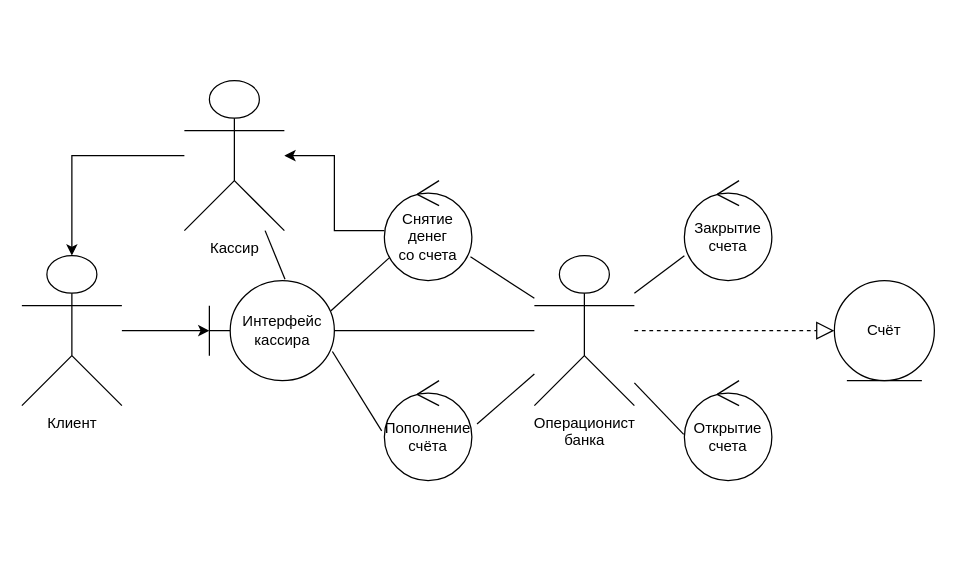
The draw.io diagram bank.drawio in NotReptile/DrawIO, before the edit. Source tidied: cells renumbered, new cells numbered last; positions are measured from the earlier drawing's top-left corner, leaving out a move shared by most shapes. Both pictures are drawn from the tidied source at 125%, with x=0, y=0 at pixel (21, 80).
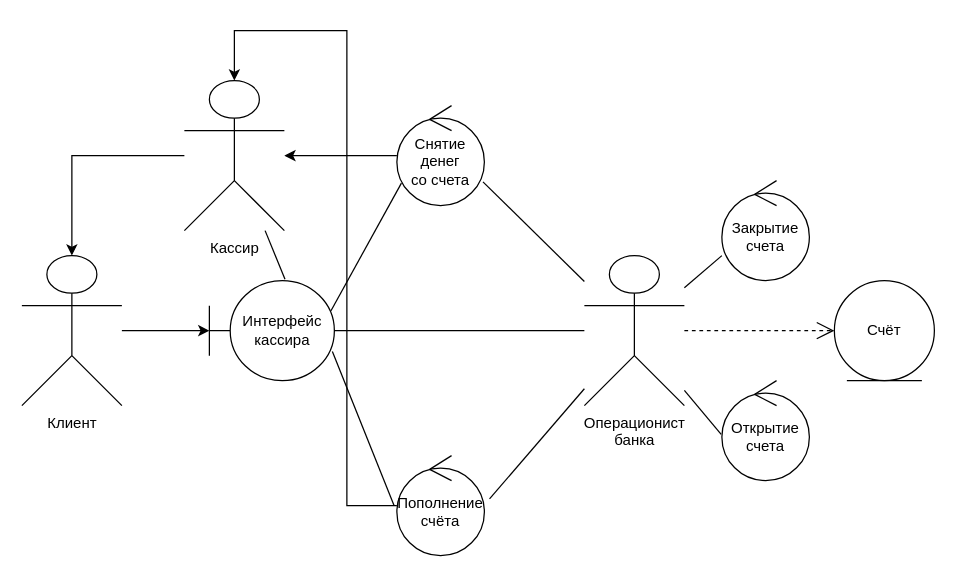
Above is the later version.

Unchanged cells that the change refers to:
```xml
<mxCell id="4" value="Счёт" style="ellipse;shape=umlEntity;whiteSpace=wrap;html=1;" parent="1" vertex="1">
  <mxGeometry x="650" y="160" width="80" height="80" as="geometry" />
</mxCell>
<mxCell id="7" value="Кассир" style="shape=umlActor;verticalLabelPosition=bottom;verticalAlign=top;html=1;" parent="1" vertex="1">
  <mxGeometry x="130" width="80" height="120" as="geometry" />
</mxCell>
```

Change to the diagram source:
```diff
@@
     <mxCell id="5" value="Операционист&lt;br&gt;банка" style="shape=umlActor;verticalLabelPosition=bottom;verticalAlign=top;html=1;" parent="1" vertex="1">
-      <mxGeometry x="410" y="140" width="80" height="120" as="geometry" />
+      <mxGeometry x="450" y="140" width="80" height="120" as="geometry" />
     </mxCell>
@@
     <mxCell id="8" value="Открытие&lt;br&gt;счета" style="ellipse;shape=umlControl;whiteSpace=wrap;html=1;" parent="1" vertex="1">
-      <mxGeometry x="530" y="240" width="70" height="80" as="geometry" />
+      <mxGeometry x="560" y="240" width="70" height="80" as="geometry" />
     </mxCell>
@@
     <mxCell id="11" value="Снятие&lt;br&gt;денег&lt;br&gt;со счета" style="ellipse;shape=umlControl;whiteSpace=wrap;html=1;" parent="1" vertex="1">
-      <mxGeometry x="290" y="80" width="70" height="80" as="geometry" />
+      <mxGeometry x="300" y="20" width="70" height="80" as="geometry" />
     </mxCell>
     <mxCell id="12" value="Закрытие счета" style="ellipse;shape=umlControl;whiteSpace=wrap;html=1;" parent="1" vertex="1">
-      <mxGeometry x="530" y="80" width="70" height="80" as="geometry" />
+      <mxGeometry x="560" y="80" width="70" height="80" as="geometry" />
     </mxCell>
@@
+    <mxCell id="23" style="edgeStyle=orthogonalEdgeStyle;rounded=0;jettySize=auto;html=1;entryX=0.5;entryY=0;entryDx=0;entryDy=0;entryPerimeter=0;" parent="1" edge="1" source="15" target="7">
+      <mxGeometry relative="1" as="geometry">
+        <Array as="points">
+          <mxPoint x="260" y="340" />
+          <mxPoint x="260" y="-40" />
+          <mxPoint x="170" y="-40" />
+        </Array>
+      </mxGeometry>
+    </mxCell>
     <mxCell id="15" value="Пополнение&lt;br&gt;счёта" style="ellipse;shape=umlControl;whiteSpace=wrap;html=1;" parent="1" vertex="1">
-      <mxGeometry x="290" y="240" width="70" height="80" as="geometry" />
+      <mxGeometry x="300" y="300" width="70" height="80" as="geometry" />
     </mxCell>
@@
-    <mxCell id="22" style="endArrow=block;dashed=1;endFill=0;endSize=12;html=1;rounded=0;entryX=0;entryY=0.5;entryDx=0;entryDy=0;" parent="1" edge="1" source="5" target="4">
+    <mxCell id="22" style="endArrow=open;dashed=1;endFill=0;endSize=12;html=1;rounded=0;entryX=0;entryY=0.5;entryDx=0;entryDy=0;" parent="1" edge="1" source="5" target="4">
       <mxGeometry relative="1" as="geometry" />
     </mxCell>
```
